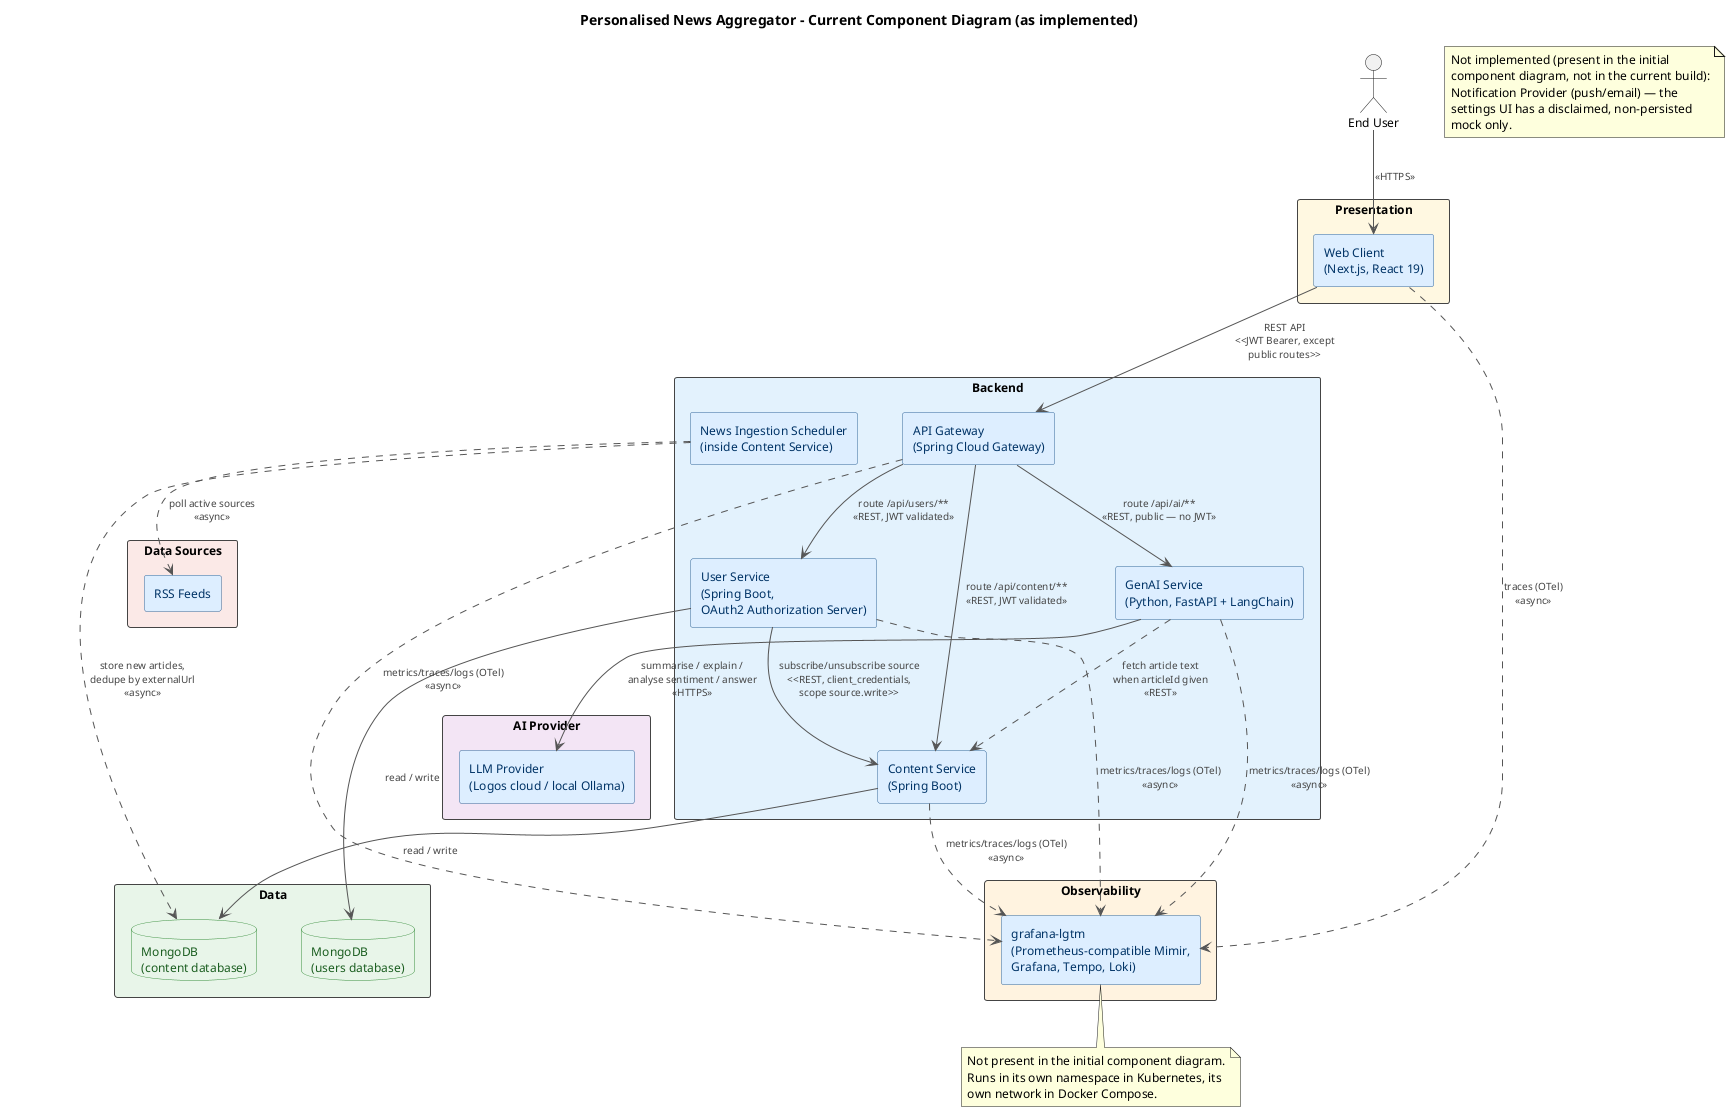
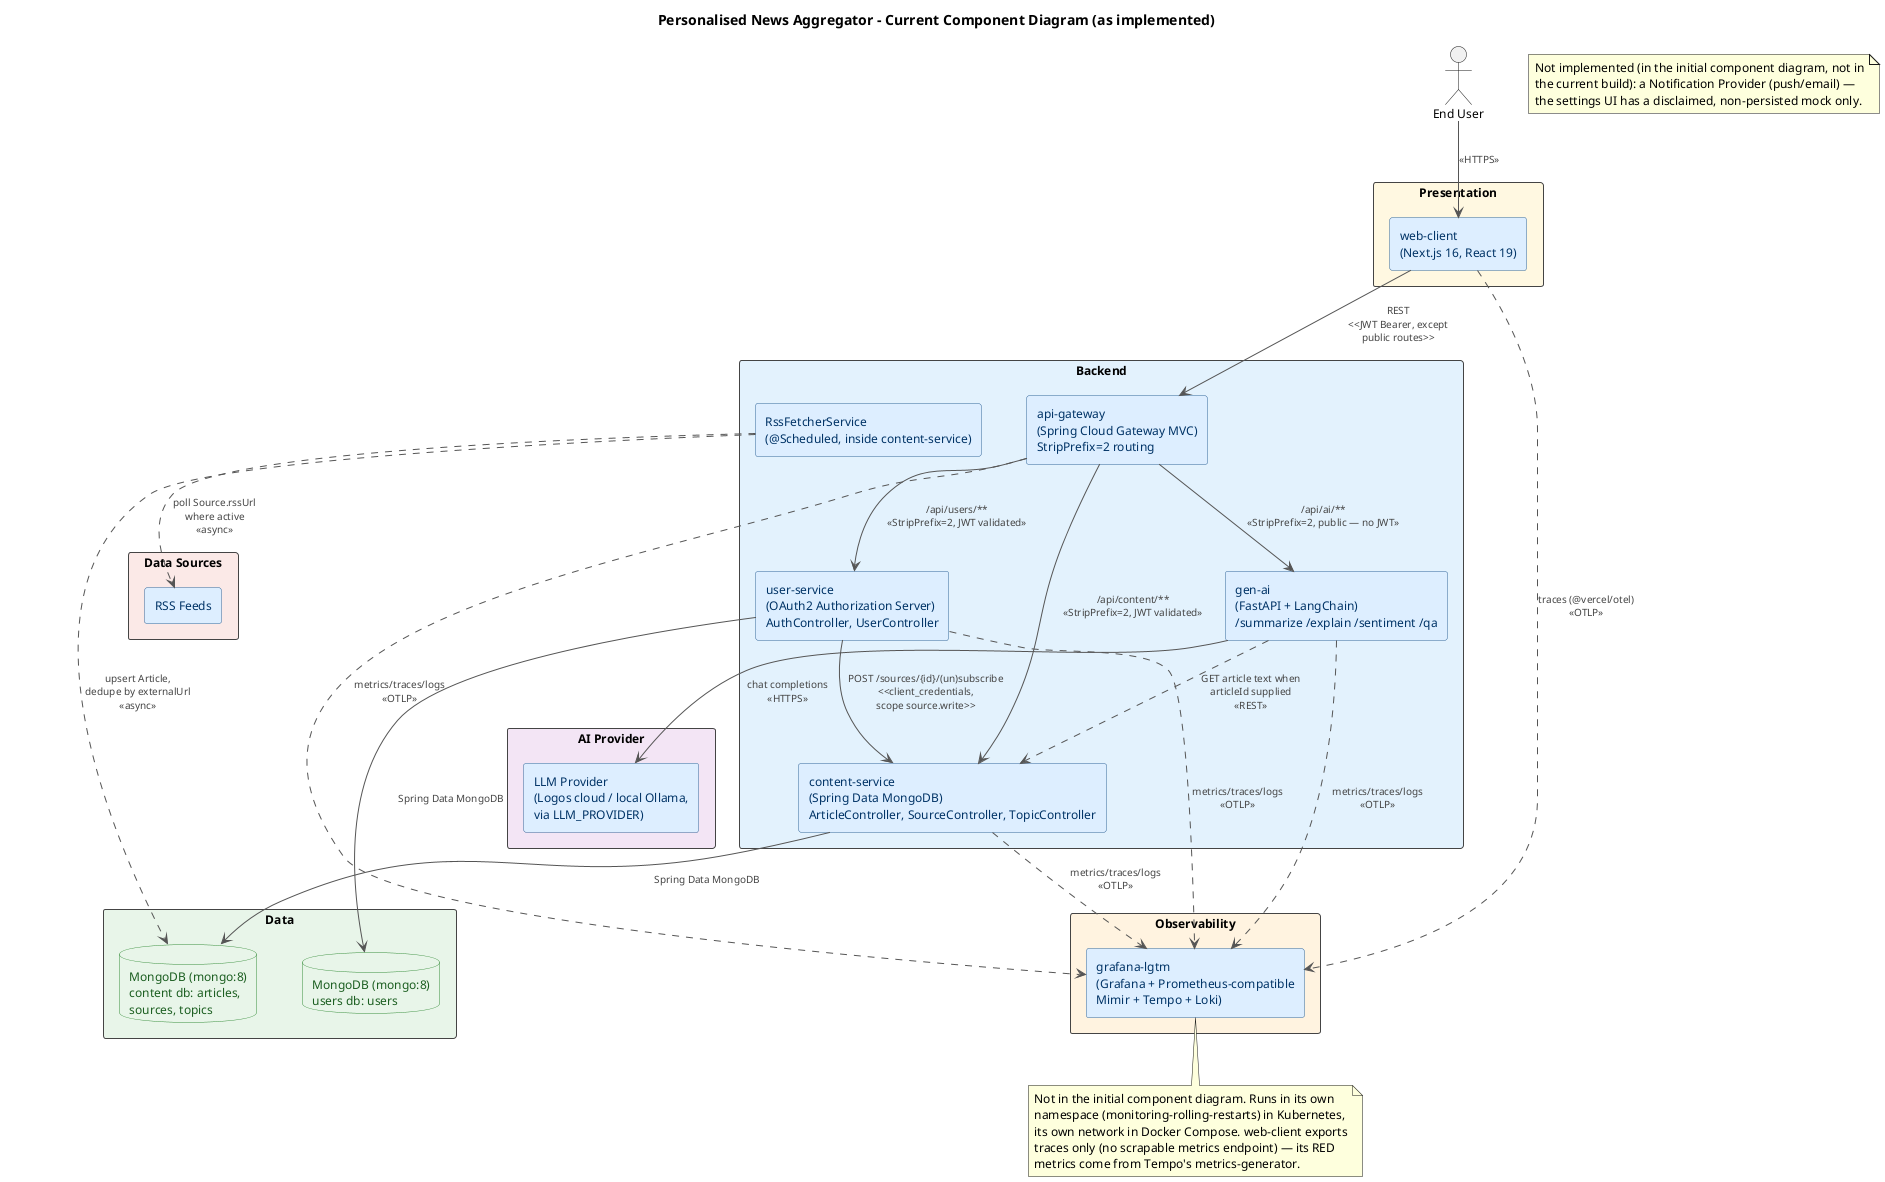
@startuml CurrentArchitectureComponentDiagram
title Personalised News Aggregator - Current Component Diagram (as implemented)

top to bottom direction

skinparam componentStyle rectangle
skinparam defaultFontName Arial
skinparam defaultFontSize 12
skinparam nodesep 45
skinparam ranksep 60
skinparam ArrowColor #555555
skinparam ArrowFontSize 10
skinparam ArrowFontColor #444444

skinparam rectangle {
  BorderColor #444444
  FontStyle bold
  FontSize 12
}

skinparam component {
  BackgroundColor #DDEEFF
  BorderColor #336699
  FontColor #003366
}

skinparam database {
  BackgroundColor #E8F5E9
  BorderColor #388E3C
  FontColor #1B5E20
}

' ── Actors ───────────────────────────────────────────
actor "End User" as EndUser

' ── Presentation ─────────────────────────────────────
rectangle "Presentation" #FFF8E1 {
-   [Web Client\n(Next.js, React 19)] as WebClient
+   [web-client\n(Next.js 16, React 19)] as WebClient
}

- ' ── Backend ──────────────────────────────────────────
+ ' ── Backend (Spring Boot 4, Java 25; gen-ai is Python) ─
rectangle "Backend" #E3F2FD {
-   [API Gateway\n(Spring Cloud Gateway)]     as ApiGateway
-   [User Service\n(Spring Boot,\nOAuth2 Authorization Server)] as UserService
-   [Content Service\n(Spring Boot)]          as ContentService
-   [News Ingestion Scheduler\n(inside Content Service)] as Scheduler
-   [GenAI Service\n(Python, FastAPI + LangChain)] as GenAiService
+   [api-gateway\n(Spring Cloud Gateway MVC)\nStripPrefix=2 routing] as ApiGateway
+   [user-service\n(OAuth2 Authorization Server)\nAuthController, UserController] as UserService
+   [content-service\n(Spring Data MongoDB)\nArticleController, SourceController, TopicController] as ContentService
+   [RssFetcherService\n(@Scheduled, inside content-service)] as Scheduler
+   [gen-ai\n(FastAPI + LangChain)\n/summarize /explain /sentiment /qa] as GenAiService
}

' ── Data ─────────────────────────────────────────────
rectangle "Data" #E8F5E9 {
-   database "MongoDB\n(users database)"   as UsersDb
-   database "MongoDB\n(content database)" as ContentDb
+   database "MongoDB (mongo:8)\nusers db: users" as UsersDb
+   database "MongoDB (mongo:8)\ncontent db: articles,\nsources, topics" as ContentDb
}

' ── Third-party integrations ─────────────────────────
rectangle "Data Sources" #FBE9E7 {
  [RSS Feeds] as NewsFeeds
}

rectangle "AI Provider" #F3E5F5 {
-   [LLM Provider\n(Logos cloud / local Ollama)] as AiProvider
+   [LLM Provider\n(Logos cloud / local Ollama,\nvia LLM_PROVIDER)] as AiProvider
}

rectangle "Observability" #FFF3E0 {
-   [grafana-lgtm\n(Prometheus-compatible Mimir,\nGrafana, Tempo, Loki)] as Monitoring
+   [grafana-lgtm\n(Grafana + Prometheus-compatible\nMimir + Tempo + Loki)] as Monitoring
}

' ── Connections ──────────────────────────────────────
EndUser    --> WebClient  : <<HTTPS>>
- WebClient  --> ApiGateway : REST API\n<<JWT Bearer, except\npublic routes>>
+ WebClient  --> ApiGateway : REST\n<<JWT Bearer, except\npublic routes>>

- ApiGateway --> UserService    : route /api/users/**\n<<REST, JWT validated>>
- ApiGateway --> ContentService : route /api/content/**\n<<REST, JWT validated>>
- ApiGateway --> GenAiService   : route /api/ai/**\n<<REST, public — no JWT>>
+ ApiGateway --> UserService    : /api/users/**\n<<StripPrefix=2, JWT validated>>
+ ApiGateway --> ContentService : /api/content/**\n<<StripPrefix=2, JWT validated>>
+ ApiGateway --> GenAiService   : /api/ai/**\n<<StripPrefix=2, public — no JWT>>

- UserService --> UsersDb : read / write
- ContentService --> ContentDb : read / write
+ UserService --> UsersDb : Spring Data MongoDB
+ ContentService --> ContentDb : Spring Data MongoDB

' Service-to-service call for subscribe/unsubscribe, using a dedicated
- ' client_credentials machine token (scope source.write) instead of forwarding
- ' the end user's JWT.
- UserService --> ContentService : subscribe/unsubscribe source\n<<REST, client_credentials,\nscope source.write>>
+ ' client_credentials machine token (scope source.write), not the end user's JWT.
+ UserService --> ContentService : POST /sources/{id}/(un)subscribe\n<<client_credentials,\nscope source.write>>

- GenAiService --> AiProvider : summarise / explain /\nanalyse sentiment / answer\n<<HTTPS>>
- GenAiService ..> ContentService : fetch article text\nwhen articleId given\n<<REST>>
+ GenAiService --> AiProvider : chat completions\n<<HTTPS>>
+ GenAiService ..> ContentService : GET article text when\narticleId supplied\n<<REST>>

' Ingestion is async / scheduled – not on the user request path
- Scheduler .down.> NewsFeeds  : poll active sources\n<<async>>
- Scheduler .down.> ContentDb  : store new articles,\ndedupe by externalUrl\n<<async>>
+ Scheduler .down.> NewsFeeds  : poll Source.rssUrl\nwhere active\n<<async>>
+ Scheduler .down.> ContentDb  : upsert Article,\ndedupe by externalUrl\n<<async>>

- WebClient .down.> Monitoring : traces (OTel)\n<<async>>
- ApiGateway .down.> Monitoring : metrics/traces/logs (OTel)\n<<async>>
- UserService .down.> Monitoring : metrics/traces/logs (OTel)\n<<async>>
- ContentService .down.> Monitoring : metrics/traces/logs (OTel)\n<<async>>
- GenAiService .down.> Monitoring : metrics/traces/logs (OTel)\n<<async>>
+ WebClient .down.> Monitoring : traces (@vercel/otel)\n<<OTLP>>
+ ApiGateway .down.> Monitoring : metrics/traces/logs\n<<OTLP>>
+ UserService .down.> Monitoring : metrics/traces/logs\n<<OTLP>>
+ ContentService .down.> Monitoring : metrics/traces/logs\n<<OTLP>>
+ GenAiService .down.> Monitoring : metrics/traces/logs\n<<OTLP>>

note bottom of Monitoring
-   Not present in the initial component diagram.
-   Runs in its own namespace in Kubernetes, its
-   own network in Docker Compose.
+   Not in the initial component diagram. Runs in its own
+   namespace (monitoring-rolling-restarts) in Kubernetes,
+   its own network in Docker Compose. web-client exports
+   traces only (no scrapable metrics endpoint) — its RED
+   metrics come from Tempo's metrics-generator.
end note

- note "Not implemented (present in the initial\ncomponent diagram, not in the current build):\nNotification Provider (push/email) — the\nsettings UI has a disclaimed, non-persisted\nmock only." as N2
+ note "Not implemented (in the initial component diagram, not in\nthe current build): a Notification Provider (push/email) —\nthe settings UI has a disclaimed, non-persisted mock only." as N2
@enduml
